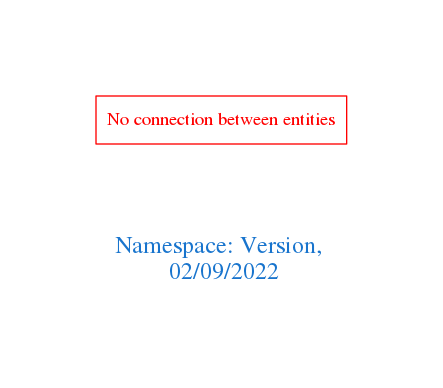
arago/OGIT keeps this Graphviz diagram as downloads/Version.png. Above is the earlier version. Its source is kept beside it as downloads/Version.dot.
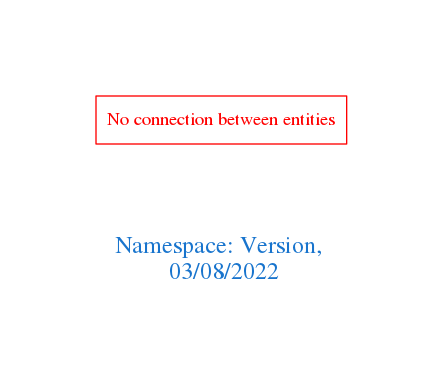
After the change.

The edit, as a diff of the source:
```diff
@@ -1,7 +1,7 @@
 digraph OGIT_ontology {
  graph [ rankdir= LR,pad=1
 fontsize = 18,
-fontcolor= dodgerblue3,label = "\n\n\nNamespace: Version, \n 02/09/2022"];
+fontcolor= dodgerblue3,label = "\n\n\nNamespace: Version, \n 03/08/2022"];
 node[shape=polygon];
 edge [  color="gray81"];
 
```
